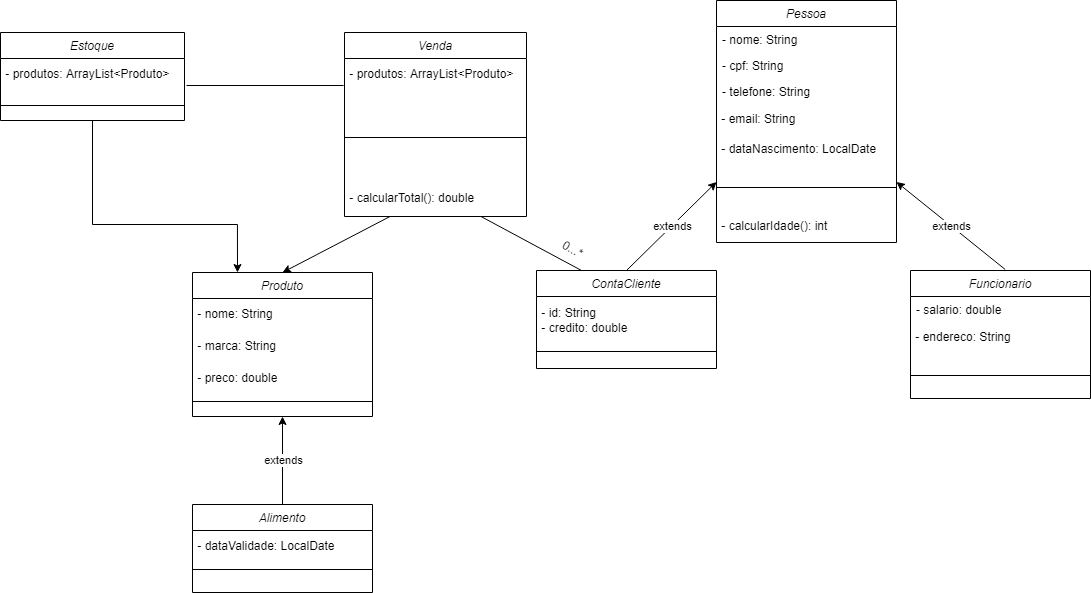
Above: Diagrama UML S-Mart.drawio.png in Guimaaaas/Projeto-IP2 (draw.io), before the change. Source tidied: cells renumbered, new cells last; positions are measured from the earlier drawing's top-left corner, leaving out a move shared by most shapes. Its diagram source:
```xml
<mxGraphModel>
  <root>
    <mxCell id="0" />
    <mxCell id="1" parent="0" />
    <mxCell id="2" value="Pessoa" style="swimlane;fontStyle=2;align=center;verticalAlign=top;horizontal=1;startSize=26;rounded=0;shadow=0;strokeWidth=1;" parent="1" vertex="1">
      <mxGeometry x="716" width="180" height="242" as="geometry" />
    </mxCell>
    <mxCell id="3" value="- nome: String&#10;" style="text;align=left;verticalAlign=top;spacingLeft=4;spacingRight=4;overflow=hidden;" parent="2" vertex="1">
      <mxGeometry y="26" width="180" height="26" as="geometry" />
    </mxCell>
    <mxCell id="4" value="- cpf: String" style="text;align=left;verticalAlign=top;spacingLeft=4;spacingRight=4;overflow=hidden;rounded=0;shadow=0;html=0;" parent="2" vertex="1">
      <mxGeometry y="52" width="180" height="26" as="geometry" />
    </mxCell>
    <mxCell id="5" value="- telefone: String" style="text;align=left;verticalAlign=top;spacingLeft=4;spacingRight=4;overflow=hidden;rounded=0;shadow=0;html=0;" parent="2" vertex="1">
      <mxGeometry y="78" width="180" height="26" as="geometry" />
    </mxCell>
    <mxCell id="6" value="&amp;nbsp;- email: String" style="text;html=1;align=left;verticalAlign=middle;strokeColor=none;fillColor=none;" parent="2" vertex="1">
      <mxGeometry y="104" width="180" height="30" as="geometry" />
    </mxCell>
    <mxCell id="7" value="&amp;nbsp;- dataNascimento: LocalDate" style="text;html=1;align=left;verticalAlign=middle;strokeColor=none;fillColor=none;" parent="2" vertex="1">
      <mxGeometry y="134" width="180" height="30" as="geometry" />
    </mxCell>
    <mxCell id="8" style="line;html=1;strokeWidth=1;align=left;verticalAlign=middle;spacingTop=-1;spacingLeft=3;spacingRight=3;labelPosition=right;" parent="2" vertex="1">
      <mxGeometry y="164" width="180" height="46" as="geometry" />
    </mxCell>
    <mxCell id="9" value="&amp;nbsp;- calcularIdade(): int" style="text;html=1;align=left;verticalAlign=middle;strokeColor=none;fillColor=none;" parent="2" vertex="1">
      <mxGeometry y="210" width="180" height="32" as="geometry" />
    </mxCell>
    <mxCell id="10" value="ContaCliente" style="swimlane;fontStyle=2;align=center;verticalAlign=top;horizontal=1;startSize=26;rounded=0;shadow=0;strokeWidth=1;" parent="1" vertex="1">
      <mxGeometry x="536" y="270" width="180" height="98" as="geometry" />
    </mxCell>
    <mxCell id="11" value="&amp;nbsp;- id: String&lt;br&gt;&amp;nbsp;- credito: double" style="text;html=1;align=left;verticalAlign=middle;strokeColor=none;fillColor=none;" parent="10" vertex="1">
      <mxGeometry y="26" width="180" height="48" as="geometry" />
    </mxCell>
    <mxCell id="12" style="line;html=1;strokeWidth=1;align=left;verticalAlign=middle;spacingTop=-1;spacingLeft=3;spacingRight=3;labelPosition=right;" parent="10" vertex="1">
      <mxGeometry y="74" width="180" height="14" as="geometry" />
    </mxCell>
    <mxCell id="13" value="Funcionario" style="swimlane;fontStyle=2;align=center;verticalAlign=top;horizontal=1;startSize=26;rounded=0;shadow=0;strokeWidth=1;" parent="1" vertex="1">
      <mxGeometry x="910" y="270" width="180" height="128" as="geometry" />
    </mxCell>
    <mxCell id="14" value="- salario: double" style="text;align=left;verticalAlign=top;spacingLeft=4;spacingRight=4;overflow=hidden;rounded=0;shadow=0;html=0;" parent="13" vertex="1">
      <mxGeometry y="26" width="180" height="26" as="geometry" />
    </mxCell>
    <mxCell id="15" value="&amp;nbsp;- endereco: String" style="text;html=1;align=left;verticalAlign=middle;strokeColor=none;fillColor=none;" parent="13" vertex="1">
      <mxGeometry y="52" width="180" height="30" as="geometry" />
    </mxCell>
    <mxCell id="16" style="line;html=1;strokeWidth=1;align=left;verticalAlign=middle;spacingTop=-1;spacingLeft=3;spacingRight=3;labelPosition=right;" parent="13" vertex="1">
      <mxGeometry y="82" width="180" height="46" as="geometry" />
    </mxCell>
    <mxCell id="17" style="endArrow=classic;html=1;rounded=0;exitX=0.5;exitY=0;exitDx=0;exitDy=0;entryX=0;entryY=0.75;entryDx=0;entryDy=0;" parent="1" edge="1" source="10" target="2">
      <mxGeometry relative="1" as="geometry" />
    </mxCell>
    <mxCell id="18" value="extends" style="edgeLabel;html=1;align=center;verticalAlign=middle;" parent="17" vertex="1">
      <mxGeometry relative="1" as="geometry" />
    </mxCell>
    <mxCell id="19" style="endArrow=classic;html=1;rounded=0;exitX=0.526;exitY=-0.008;exitDx=0;exitDy=0;exitPerimeter=0;entryX=1;entryY=0.75;entryDx=0;entryDy=0;" parent="1" edge="1" source="13" target="2">
      <mxGeometry relative="1" as="geometry" />
    </mxCell>
    <mxCell id="20" value="extends" style="edgeLabel;html=1;align=center;verticalAlign=middle;" parent="19" vertex="1">
      <mxGeometry relative="1" as="geometry" />
    </mxCell>
    <mxCell id="21" value="Produto" style="swimlane;fontStyle=2;align=center;verticalAlign=top;horizontal=1;startSize=26;rounded=0;shadow=0;strokeWidth=1;" parent="1" vertex="1">
      <mxGeometry x="192" y="272" width="180" height="144" as="geometry" />
    </mxCell>
    <mxCell id="22" value="&amp;nbsp;- nome: String" style="text;html=1;align=left;verticalAlign=middle;strokeColor=none;fillColor=none;" parent="21" vertex="1">
      <mxGeometry y="26" width="180" height="32" as="geometry" />
    </mxCell>
    <mxCell id="23" value="&amp;nbsp;- marca: String" style="text;html=1;align=left;verticalAlign=middle;strokeColor=none;fillColor=none;" parent="21" vertex="1">
      <mxGeometry y="58" width="180" height="32" as="geometry" />
    </mxCell>
    <mxCell id="24" value="&amp;nbsp;- preco: double" style="text;html=1;align=left;verticalAlign=middle;strokeColor=none;fillColor=none;" parent="21" vertex="1">
      <mxGeometry y="90" width="180" height="32" as="geometry" />
    </mxCell>
    <mxCell id="25" style="line;html=1;strokeWidth=1;align=left;verticalAlign=middle;spacingTop=-1;spacingLeft=3;spacingRight=3;labelPosition=right;" parent="21" vertex="1">
      <mxGeometry y="122" width="180" height="14" as="geometry" />
    </mxCell>
    <mxCell id="26" value="Venda" style="swimlane;fontStyle=2;align=center;verticalAlign=top;horizontal=1;startSize=26;rounded=0;shadow=0;strokeWidth=1;" parent="1" vertex="1">
      <mxGeometry x="344" y="32" width="182" height="184" as="geometry" />
    </mxCell>
    <mxCell id="27" value="&amp;nbsp;- produtos: ArrayList&amp;lt;Produto&amp;gt;" style="text;html=1;align=left;verticalAlign=middle;points=[];strokeColor=none;fillColor=none;" parent="26" vertex="1">
      <mxGeometry y="26" width="182" height="32" as="geometry" />
    </mxCell>
    <mxCell id="28" style="line;html=1;strokeWidth=1;align=left;verticalAlign=middle;spacingTop=-1;spacingLeft=3;spacingRight=3;labelPosition=right;" parent="26" vertex="1">
      <mxGeometry y="58" width="182" height="94" as="geometry" />
    </mxCell>
    <mxCell id="29" value="&amp;nbsp;- calcularTotal(): double" style="text;html=1;align=left;verticalAlign=top;strokeColor=none;fillColor=none;" parent="26" vertex="1">
      <mxGeometry y="152" width="182" height="32" as="geometry" />
    </mxCell>
    <mxCell id="30" style="endArrow=classic;html=1;rounded=0;exitX=0.25;exitY=1;exitDx=0;exitDy=0;verticalAlign=middle;entryX=0.5;entryY=0;entryDx=0;entryDy=0;" parent="1" edge="1" source="26" target="21">
      <mxGeometry relative="1" as="geometry" />
    </mxCell>
    <mxCell id="31" style="endArrow=none;html=1;rounded=0;entryX=0.75;entryY=1;entryDx=0;entryDy=0;exitX=0.25;exitY=0;exitDx=0;exitDy=0;" parent="1" edge="1" source="10" target="26">
      <mxGeometry relative="1" as="geometry" />
    </mxCell>
    <mxCell id="32" value="0...*" style="text;html=1;align=center;verticalAlign=middle;strokeColor=none;fillColor=none;rotation=30;" parent="1" vertex="1">
      <mxGeometry x="552" y="233" width="40" height="32" as="geometry" />
    </mxCell>
    <mxCell id="33" value="Alimento" style="swimlane;fontStyle=2;align=center;verticalAlign=top;horizontal=1;startSize=26;rounded=0;shadow=0;strokeWidth=1;" parent="1" vertex="1">
      <mxGeometry x="192" y="504" width="180" height="88" as="geometry" />
    </mxCell>
    <mxCell id="34" value="&amp;nbsp;- dataValidade: LocalDate" style="text;html=1;align=left;verticalAlign=middle;strokeColor=none;fillColor=none;" parent="33" vertex="1">
      <mxGeometry y="26" width="180" height="32" as="geometry" />
    </mxCell>
    <mxCell id="35" style="line;html=1;strokeWidth=1;align=left;verticalAlign=middle;spacingTop=-1;spacingLeft=3;spacingRight=3;labelPosition=right;" parent="33" vertex="1">
      <mxGeometry y="58" width="180" height="14" as="geometry" />
    </mxCell>
    <mxCell id="36" style="endArrow=classic;html=1;rounded=0;exitX=0.5;exitY=0;exitDx=0;exitDy=0;entryX=0.5;entryY=1;entryDx=0;entryDy=0;" parent="1" edge="1" target="21">
      <mxGeometry relative="1" as="geometry">
        <mxPoint x="282" y="504.5" as="sourcePoint" />
      </mxGeometry>
    </mxCell>
    <mxCell id="37" value="extends" style="edgeLabel;html=1;align=center;verticalAlign=middle;" parent="36" vertex="1">
      <mxGeometry relative="1" as="geometry" />
    </mxCell>
    <mxCell id="38" style="edgeStyle=orthogonalEdgeStyle;rounded=0;jettySize=auto;html=1;exitX=0.5;exitY=1;exitDx=0;exitDy=0;entryX=0.25;entryY=0;entryDx=0;entryDy=0;" parent="1" edge="1" source="39" target="21">
      <mxGeometry relative="1" as="geometry">
        <Array as="points">
          <mxPoint x="92" y="224" />
          <mxPoint x="237" y="224" />
        </Array>
      </mxGeometry>
    </mxCell>
    <mxCell id="39" value="Estoque" style="swimlane;fontStyle=2;align=center;verticalAlign=top;horizontal=1;startSize=26;rounded=0;shadow=0;strokeWidth=1;" parent="1" vertex="1">
      <mxGeometry y="32" width="184" height="88" as="geometry" />
    </mxCell>
    <mxCell id="40" value="&amp;nbsp;- produtos: ArrayList&amp;lt;Produto&amp;gt;" style="text;html=1;align=left;verticalAlign=middle;points=[];strokeColor=none;fillColor=none;" parent="39" vertex="1">
      <mxGeometry y="26" width="184" height="32" as="geometry" />
    </mxCell>
    <mxCell id="41" style="line;html=1;strokeWidth=1;align=left;verticalAlign=middle;spacingTop=-1;spacingLeft=3;spacingRight=3;labelPosition=right;" parent="39" vertex="1">
      <mxGeometry y="58" width="184" height="30" as="geometry" />
    </mxCell>
    <mxCell id="42" style="endArrow=none;html=1;rounded=0;exitX=1.011;exitY=0.844;exitDx=0;exitDy=0;exitPerimeter=0;entryX=-0.005;entryY=0.844;entryDx=0;entryDy=0;entryPerimeter=0;" parent="1" edge="1" source="40" target="27">
      <mxGeometry relative="1" as="geometry" />
    </mxCell>
  </root>
</mxGraphModel>
```
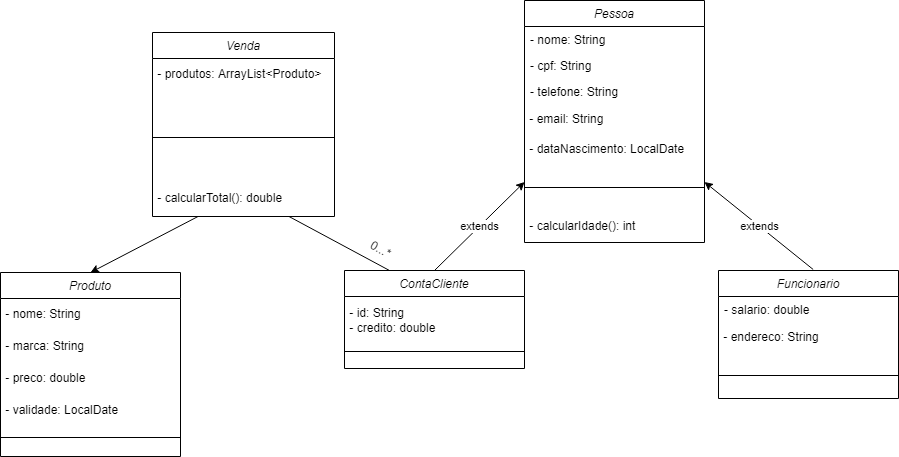
Later version of the same file.

Diff of the diagram source:
```diff
@@ -60,7 +60,7 @@
       <mxGeometry relative="1" as="geometry" />
     </mxCell>
     <mxCell id="21" value="Produto" style="swimlane;fontStyle=2;align=center;verticalAlign=top;horizontal=1;startSize=26;rounded=0;shadow=0;strokeWidth=1;" parent="1" vertex="1">
-      <mxGeometry x="192" y="272" width="180" height="144" as="geometry" />
+      <mxGeometry x="192" y="272" width="180" height="184" as="geometry" />
     </mxCell>
     <mxCell id="22" value="&amp;nbsp;- nome: String" style="text;html=1;align=left;verticalAlign=middle;strokeColor=none;fillColor=none;" parent="21" vertex="1">
       <mxGeometry y="26" width="180" height="32" as="geometry" />
@@ -71,8 +71,11 @@
     <mxCell id="24" value="&amp;nbsp;- preco: double" style="text;html=1;align=left;verticalAlign=middle;strokeColor=none;fillColor=none;" parent="21" vertex="1">
       <mxGeometry y="90" width="180" height="32" as="geometry" />
     </mxCell>
+    <mxCell id="43" value="&amp;nbsp;- validade: LocalDate" style="text;html=1;align=left;verticalAlign=middle;strokeColor=none;fillColor=none;" parent="21" vertex="1">
+      <mxGeometry y="122" width="180" height="32" as="geometry" />
+    </mxCell>
     <mxCell id="25" style="line;html=1;strokeWidth=1;align=left;verticalAlign=middle;spacingTop=-1;spacingLeft=3;spacingRight=3;labelPosition=right;" parent="21" vertex="1">
-      <mxGeometry y="122" width="180" height="14" as="geometry" />
+      <mxGeometry y="154" width="180" height="22" as="geometry" />
     </mxCell>
     <mxCell id="26" value="Venda" style="swimlane;fontStyle=2;align=center;verticalAlign=top;horizontal=1;startSize=26;rounded=0;shadow=0;strokeWidth=1;" parent="1" vertex="1">
       <mxGeometry x="344" y="32" width="182" height="184" as="geometry" />
@@ -95,42 +98,5 @@
     <mxCell id="32" value="0...*" style="text;html=1;align=center;verticalAlign=middle;strokeColor=none;fillColor=none;rotation=30;" parent="1" vertex="1">
       <mxGeometry x="552" y="233" width="40" height="32" as="geometry" />
     </mxCell>
-    <mxCell id="33" value="Alimento" style="swimlane;fontStyle=2;align=center;verticalAlign=top;horizontal=1;startSize=26;rounded=0;shadow=0;strokeWidth=1;" parent="1" vertex="1">
-      <mxGeometry x="192" y="504" width="180" height="88" as="geometry" />
-    </mxCell>
-    <mxCell id="34" value="&amp;nbsp;- dataValidade: LocalDate" style="text;html=1;align=left;verticalAlign=middle;strokeColor=none;fillColor=none;" parent="33" vertex="1">
-      <mxGeometry y="26" width="180" height="32" as="geometry" />
-    </mxCell>
-    <mxCell id="35" style="line;html=1;strokeWidth=1;align=left;verticalAlign=middle;spacingTop=-1;spacingLeft=3;spacingRight=3;labelPosition=right;" parent="33" vertex="1">
-      <mxGeometry y="58" width="180" height="14" as="geometry" />
-    </mxCell>
-    <mxCell id="36" style="endArrow=classic;html=1;rounded=0;exitX=0.5;exitY=0;exitDx=0;exitDy=0;entryX=0.5;entryY=1;entryDx=0;entryDy=0;" parent="1" edge="1" target="21">
-      <mxGeometry relative="1" as="geometry">
-        <mxPoint x="282" y="504.5" as="sourcePoint" />
-      </mxGeometry>
-    </mxCell>
-    <mxCell id="37" value="extends" style="edgeLabel;html=1;align=center;verticalAlign=middle;" parent="36" vertex="1">
-      <mxGeometry relative="1" as="geometry" />
-    </mxCell>
-    <mxCell id="38" style="edgeStyle=orthogonalEdgeStyle;rounded=0;jettySize=auto;html=1;exitX=0.5;exitY=1;exitDx=0;exitDy=0;entryX=0.25;entryY=0;entryDx=0;entryDy=0;" parent="1" edge="1" source="39" target="21">
-      <mxGeometry relative="1" as="geometry">
-        <Array as="points">
-          <mxPoint x="92" y="224" />
-          <mxPoint x="237" y="224" />
-        </Array>
-      </mxGeometry>
-    </mxCell>
-    <mxCell id="39" value="Estoque" style="swimlane;fontStyle=2;align=center;verticalAlign=top;horizontal=1;startSize=26;rounded=0;shadow=0;strokeWidth=1;" parent="1" vertex="1">
-      <mxGeometry y="32" width="184" height="88" as="geometry" />
-    </mxCell>
-    <mxCell id="40" value="&amp;nbsp;- produtos: ArrayList&amp;lt;Produto&amp;gt;" style="text;html=1;align=left;verticalAlign=middle;points=[];strokeColor=none;fillColor=none;" parent="39" vertex="1">
-      <mxGeometry y="26" width="184" height="32" as="geometry" />
-    </mxCell>
-    <mxCell id="41" style="line;html=1;strokeWidth=1;align=left;verticalAlign=middle;spacingTop=-1;spacingLeft=3;spacingRight=3;labelPosition=right;" parent="39" vertex="1">
-      <mxGeometry y="58" width="184" height="30" as="geometry" />
-    </mxCell>
-    <mxCell id="42" style="endArrow=none;html=1;rounded=0;exitX=1.011;exitY=0.844;exitDx=0;exitDy=0;exitPerimeter=0;entryX=-0.005;entryY=0.844;entryDx=0;entryDy=0;entryPerimeter=0;" parent="1" edge="1" source="40" target="27">
-      <mxGeometry relative="1" as="geometry" />
-    </mxCell>
   </root>
 </mxGraphModel>
```
